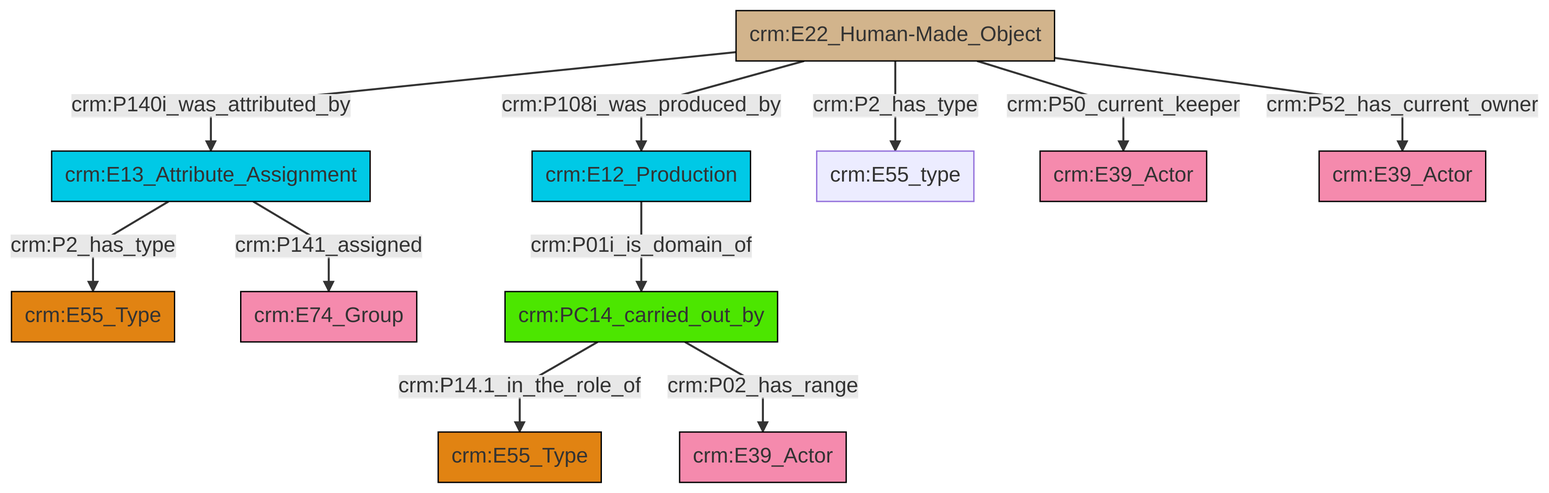
Above: et/artworkCSV/ttl/mmd/png/Artwork_Actor_Relations.png in swiss-art-research-net/docs.swissartresearch (Mermaid), before the change. Its source is kept beside it as et/artworkCSV/ttl/mmd/Artwork_Actor_Relations.ttl.mmd.
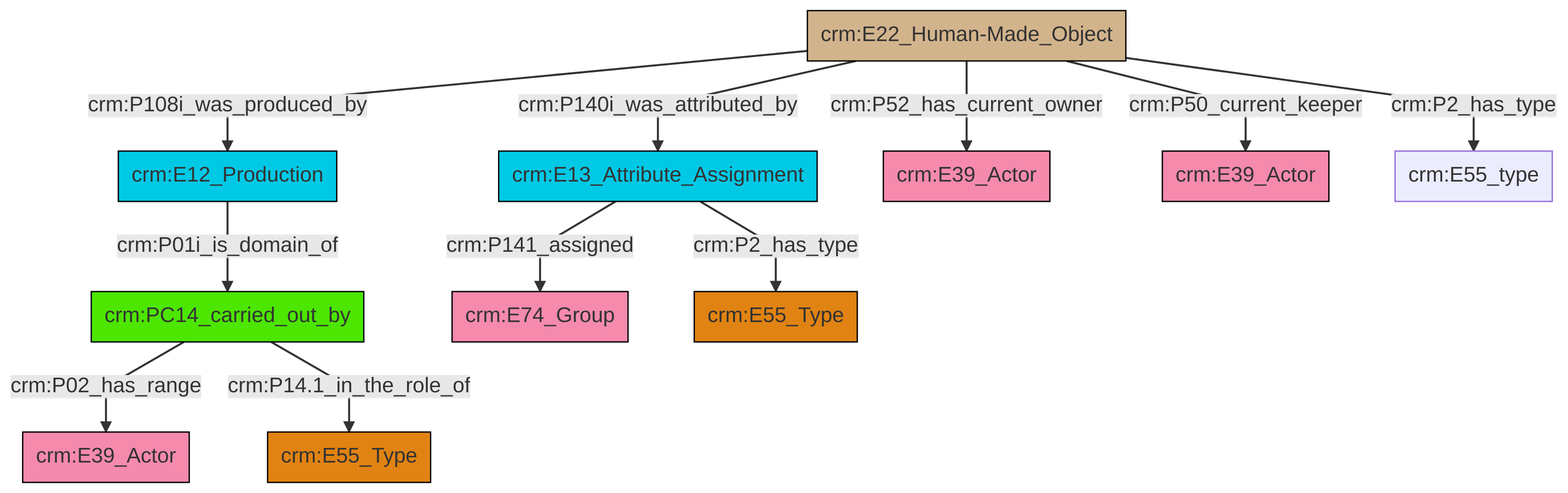
After the change.

What changed in the source:
```diff
@@ -13,13 +13,13 @@
 classDef PC_Classes fill:#4ce600, stroke:#000000;
 classDef Multi fill:#cccccc,stroke:#000000;
 
-0["crm:E22_Human-Made_Object"]:::Physical_Thing -->|crm:P140i_was_attributed_by| 1["crm:E13_Attribute_Assignment"]:::Temporal_Entity
-1["crm:E13_Attribute_Assignment"]:::Temporal_Entity -->|crm:P2_has_type| 10["crm:E55_Type"]:::Type
-0["crm:E22_Human-Made_Object"]:::Physical_Thing -->|crm:P2_has_type| 6["crm:E55_type"]:::Default
-1["crm:E13_Attribute_Assignment"]:::Temporal_Entity -->|crm:P141_assigned| 11["crm:E74_Group"]:::Actor
-2["crm:E12_Production"]:::Temporal_Entity -->|crm:P01i_is_domain_of| 12["crm:PC14_carried_out_by"]:::PC_Classes
-12["crm:PC14_carried_out_by"]:::PC_Classes -->|crm:P14.1_in_the_role_of| 13["crm:E55_Type"]:::Type
-0["crm:E22_Human-Made_Object"]:::Physical_Thing -->|crm:P52_has_current_owner| 17["crm:E39_Actor"]:::Actor
-12["crm:PC14_carried_out_by"]:::PC_Classes -->|crm:P02_has_range| 20["crm:E39_Actor"]:::Actor
-0["crm:E22_Human-Made_Object"]:::Physical_Thing -->|crm:P50_current_keeper| 8["crm:E39_Actor"]:::Actor
-0["crm:E22_Human-Made_Object"]:::Physical_Thing -->|crm:P108i_was_produced_by| 2["crm:E12_Production"]:::Temporal_Entity
+0["crm:PC14_carried_out_by"]:::PC_Classes -->|crm:P02_has_range| 1["crm:E39_Actor"]:::Actor
+2["crm:E22_Human-Made_Object"]:::Physical_Thing -->|crm:P108i_was_produced_by| 3["crm:E12_Production"]:::Temporal_Entity
+2["crm:E22_Human-Made_Object"]:::Physical_Thing -->|crm:P52_has_current_owner| 9["crm:E39_Actor"]:::Actor
+2["crm:E22_Human-Made_Object"]:::Physical_Thing -->|crm:P140i_was_attributed_by| 5["crm:E13_Attribute_Assignment"]:::Temporal_Entity
+2["crm:E22_Human-Made_Object"]:::Physical_Thing -->|crm:P2_has_type| 13["crm:E55_type"]:::Default
+2["crm:E22_Human-Made_Object"]:::Physical_Thing -->|crm:P50_current_keeper| 10["crm:E39_Actor"]:::Actor
+3["crm:E12_Production"]:::Temporal_Entity -->|crm:P01i_is_domain_of| 0["crm:PC14_carried_out_by"]:::PC_Classes
+0["crm:PC14_carried_out_by"]:::PC_Classes -->|crm:P14.1_in_the_role_of| 16["crm:E55_Type"]:::Type
+5["crm:E13_Attribute_Assignment"]:::Temporal_Entity -->|crm:P2_has_type| 18["crm:E55_Type"]:::Type
+5["crm:E13_Attribute_Assignment"]:::Temporal_Entity -->|crm:P141_assigned| 7["crm:E74_Group"]:::Actor
```
